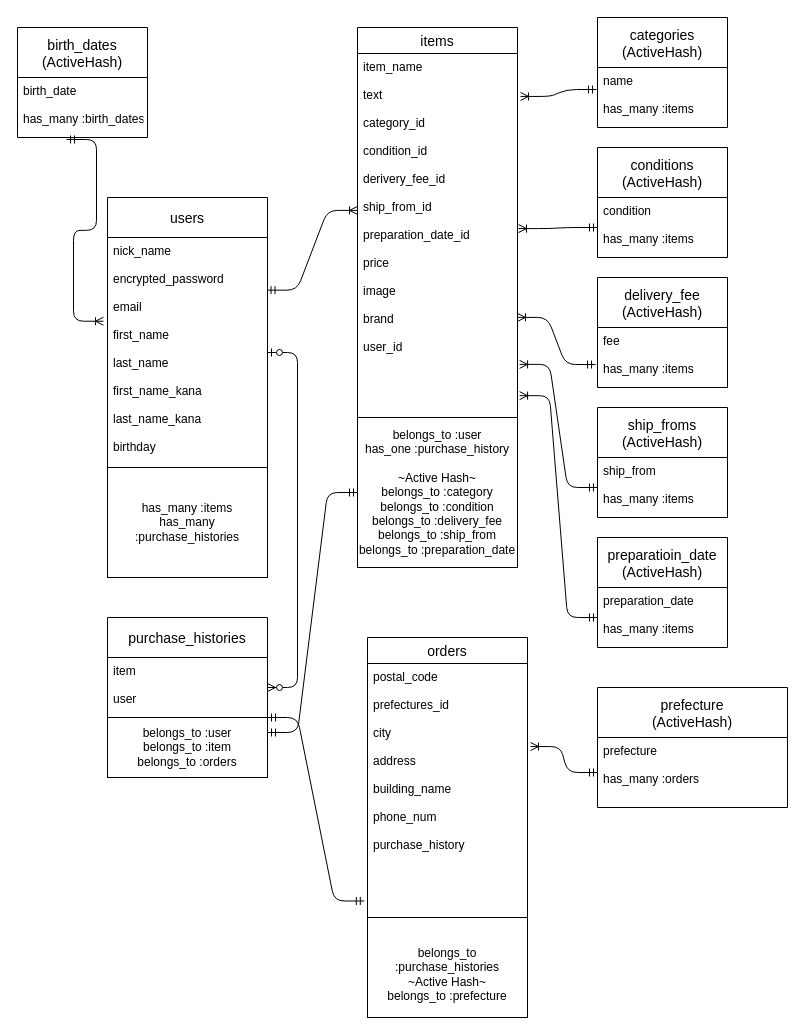
taishi0502/furima-37858 keeps this draw.io diagram as furima 37858.dio. Above is the earlier version. Source tidied: cells renumbered, new cells numbered last; positions are measured from the earlier drawing's top-left corner, leaving out a move shared by most shapes. Both pictures are drawn from the tidied source at 100%, with x=0, y=0 at pixel (17, 17).
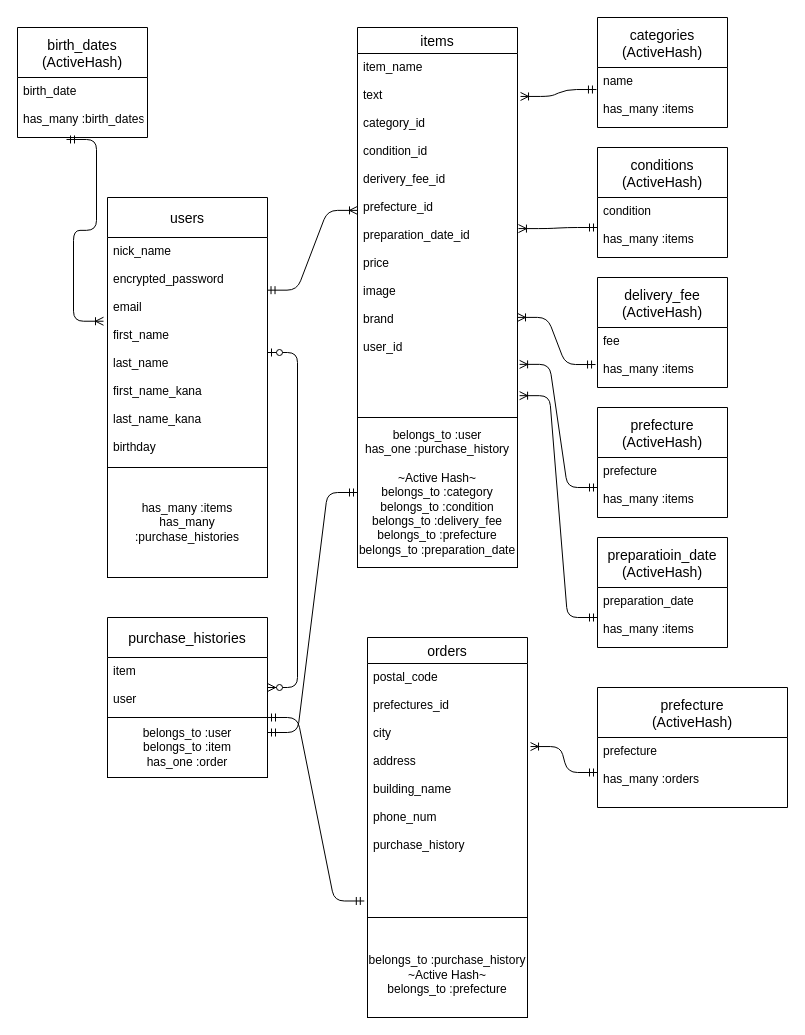
The same page after the edit.

Commit message (it also covers changes not shown here):
修正依頼の訂正4

The change refers to these unchanged cells:
```xml
<mxCell id="7" value="items" style="swimlane;fontStyle=0;horizontal=1;startSize=26;align=center;fontSize=14;" parent="1" vertex="1">
  <mxGeometry x="340" y="10" width="160" height="390" as="geometry" />
</mxCell>
```

Diff of the diagram source:
```diff
@@
-    <mxCell id="8" value="item_name&#10;&#10;text&#10;&#10;category_id&#10;&#10;condition_id&#10;&#10;derivery_fee_id&#10;&#10;ship_from_id&#10;&#10;preparation_date_id&#10;&#10;price&#10;&#10;image&#10;&#10;brand&#10;&#10;user_id&#10;" style="text;strokeColor=none;fillColor=none;spacingLeft=4;spacingRight=4;overflow=hidden;points=[[0,0.5],[1,0.5]];portConstraint=eastwest;fontSize=12;" parent="7" vertex="1">
+    <mxCell id="8" value="item_name&#10;&#10;text&#10;&#10;category_id&#10;&#10;condition_id&#10;&#10;derivery_fee_id&#10;&#10;prefecture_id&#10;&#10;preparation_date_id&#10;&#10;price&#10;&#10;image&#10;&#10;brand&#10;&#10;user_id&#10;" style="text;strokeColor=none;fillColor=none;spacingLeft=4;spacingRight=4;overflow=hidden;points=[[0,0.5],[1,0.5]];portConstraint=eastwest;fontSize=12;" parent="7" vertex="1">
       <mxGeometry y="26" width="160" height="364" as="geometry" />
     </mxCell>
-    <mxCell id="9" value="belongs_to :user&lt;br&gt;has_one :purchase_history&lt;br&gt;&lt;br&gt;~Active Hash~&lt;br&gt;belongs_to :category&lt;br&gt;belongs_to :condition&lt;br&gt;belongs_to :delivery_fee&lt;br&gt;belongs_to :ship_from&lt;br&gt;belongs_to :preparation_date" style="whiteSpace=wrap;html=1;align=center;" parent="1" vertex="1">
+    <mxCell id="9" value="belongs_to :user&lt;br&gt;has_one :purchase_history&lt;br&gt;&lt;br&gt;~Active Hash~&lt;br&gt;belongs_to :category&lt;br&gt;belongs_to :condition&lt;br&gt;belongs_to :delivery_fee&lt;br&gt;belongs_to :prefecture&lt;br&gt;belongs_to :preparation_date" style="whiteSpace=wrap;html=1;align=center;" parent="1" vertex="1">
       <mxGeometry x="340" y="400" width="160" height="150" as="geometry" />
     </mxCell>
@@
-    <mxCell id="16" value="ship_froms&#10;(ActiveHash)" style="swimlane;fontStyle=0;horizontal=1;startSize=50;align=center;fontSize=14;" parent="1" vertex="1">
+    <mxCell id="16" value="prefecture&#10;(ActiveHash)" style="swimlane;fontStyle=0;horizontal=1;startSize=50;align=center;fontSize=14;" parent="1" vertex="1">
       <mxGeometry x="580" y="390" width="130" height="110" as="geometry" />
     </mxCell>
-    <mxCell id="17" value="ship_from&#10;&#10;has_many :items&#10;" style="text;strokeColor=none;fillColor=none;spacingLeft=4;spacingRight=4;overflow=hidden;points=[[0,0.5],[1,0.5]];portConstraint=eastwest;fontSize=12;" parent="16" vertex="1">
+    <mxCell id="17" value="prefecture&#10;&#10;has_many :items&#10;" style="text;strokeColor=none;fillColor=none;spacingLeft=4;spacingRight=4;overflow=hidden;points=[[0,0.5],[1,0.5]];portConstraint=eastwest;fontSize=12;" parent="16" vertex="1">
       <mxGeometry y="50" width="130" height="60" as="geometry" />
     </mxCell>
@@
-    <mxCell id="32" value="&lt;br&gt;belongs_to :purchase_histories&lt;br&gt;~Active Hash~&lt;br&gt;belongs_to :prefecture" style="whiteSpace=wrap;html=1;align=center;" parent="1" vertex="1">
+    <mxCell id="32" value="&lt;br&gt;belongs_to :purchase_history&lt;br&gt;~Active Hash~&lt;br&gt;belongs_to :prefecture" style="whiteSpace=wrap;html=1;align=center;" parent="1" vertex="1">
       <mxGeometry x="350" y="900" width="160" height="100" as="geometry" />
     </mxCell>
@@
-    <mxCell id="35" value="belongs_to :user&lt;br&gt;belongs_to :item&lt;br&gt;belongs_to :orders" style="whiteSpace=wrap;html=1;align=center;" parent="1" vertex="1">
+    <mxCell id="35" value="belongs_to :user&lt;br&gt;belongs_to :item&lt;br&gt;has_one :order" style="whiteSpace=wrap;html=1;align=center;" parent="1" vertex="1">
       <mxGeometry x="90" y="700" width="160" height="60" as="geometry" />
     </mxCell>
```
